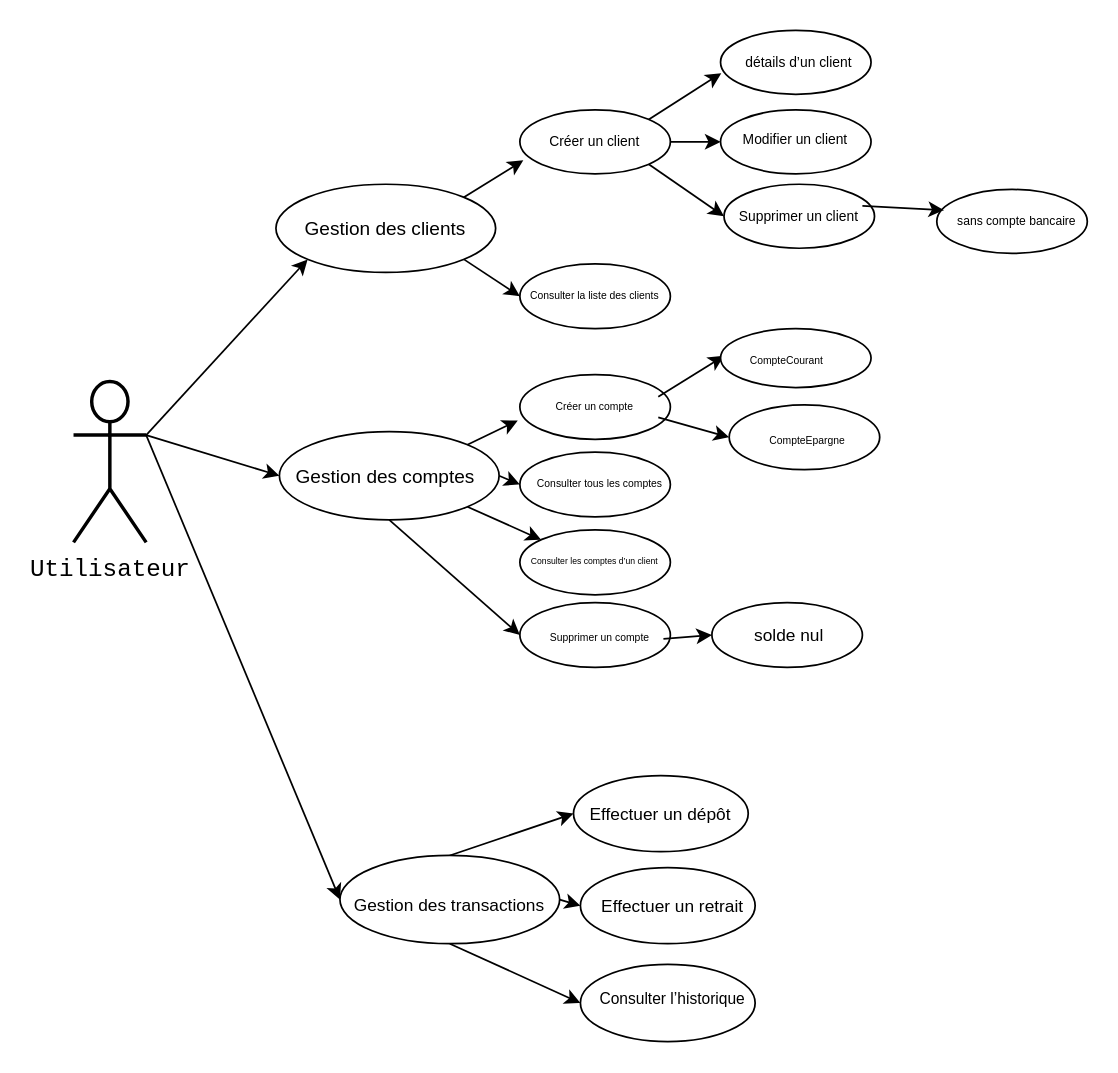
The draw.io diagram useCase.drawio in khalidelyounssi/Application-Bancaire, before the edit. Source tidied: cells renumbered, new cells numbered last; positions are measured from the earlier drawing's top-left corner, leaving out a move shared by most shapes. Both pictures are drawn from the tidied source at 173%, with x=0, y=0 at pixel (73, 29).
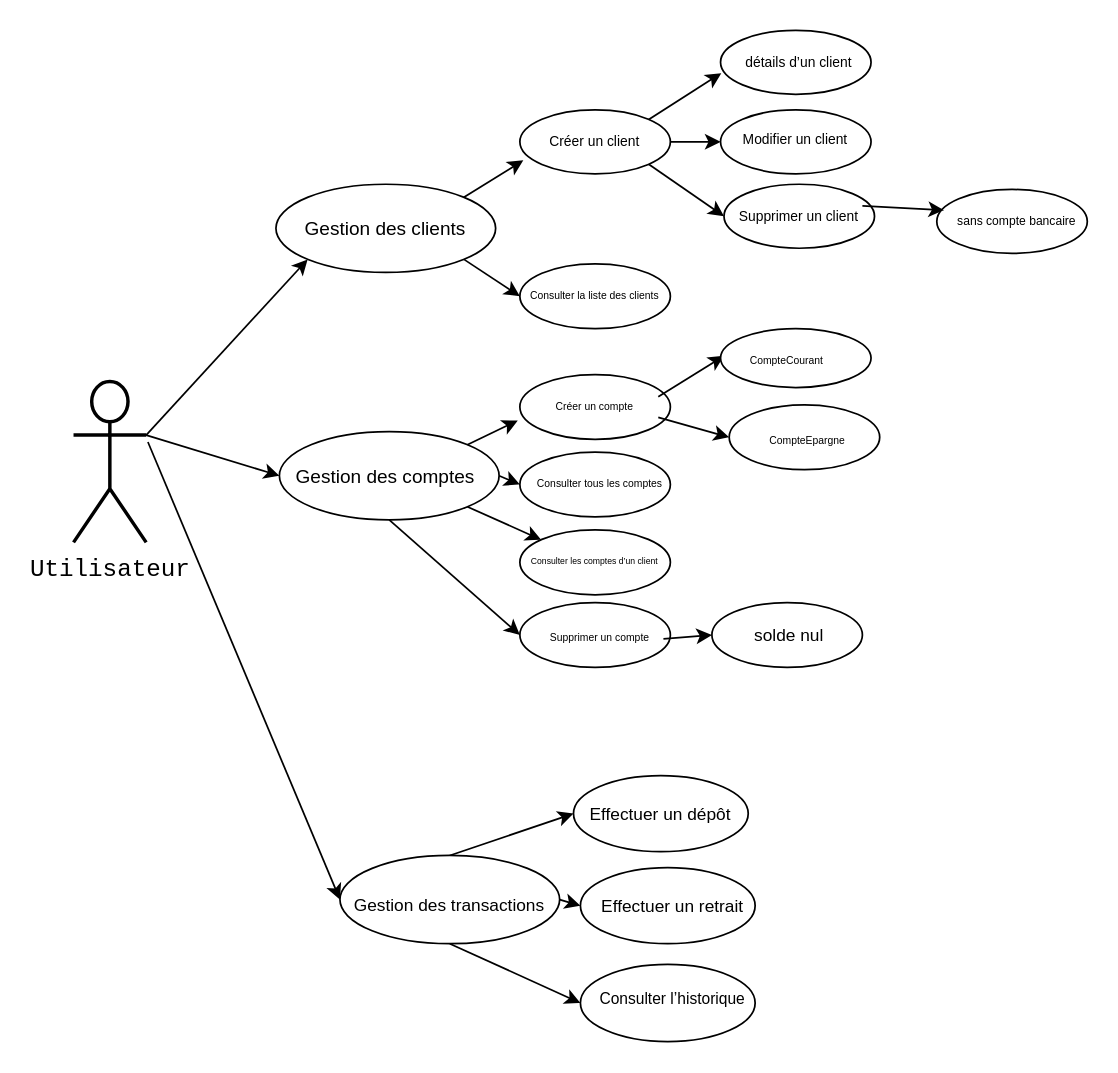
The same diagram, later.

Commit message (it also covers changes not shown here):
feat : uml and use case

The change refers to these unchanged cells:
```xml
<mxCell id="5" value="&lt;div style=&quot;font-family: Consolas, &amp;quot;Courier New&amp;quot;, monospace; font-size: 14px; line-height: 19px; white-space-collapse: preserve;&quot;&gt;&lt;span style=&quot;&quot;&gt;Utilisateur&lt;/span&gt;&lt;/div&gt;" style="shape=umlActor;verticalLabelPosition=bottom;verticalAlign=top;html=1;outlineConnect=0;strokeWidth=2;labelBackgroundColor=default;fontColor=default;" parent="1" vertex="1">
  <mxGeometry y="203" width="42" height="93" as="geometry" />
</mxCell>
<mxCell id="16" style="ellipse;whiteSpace=wrap;html=1;" parent="1" vertex="1">
  <mxGeometry x="154" y="477" width="127" height="51" as="geometry" />
</mxCell>
```

Diff of the diagram source:
```diff
@@
-    <mxCell id="4" style="edgeStyle=none;html=1;exitX=1;exitY=0.3333333333333333;exitDx=0;exitDy=0;exitPerimeter=0;entryX=0;entryY=0.5;entryDx=0;entryDy=0;" parent="1" edge="1" source="5" target="16">
-      <mxGeometry relative="1" as="geometry" />
+    <mxCell id="4" style="edgeStyle=none;html=1;entryX=0;entryY=0.5;entryDx=0;entryDy=0;" parent="1" edge="1" target="16">
+      <mxGeometry relative="1" as="geometry">
+        <mxPoint x="43" y="238" as="sourcePoint" />
+      </mxGeometry>
     </mxCell>
```
